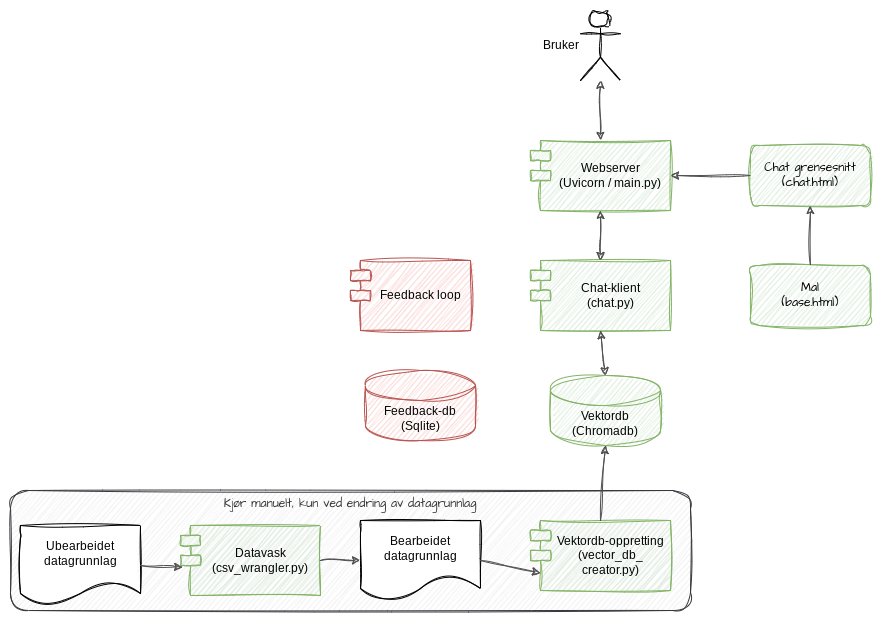
Earlier version of the draw.io export diagrams/architecture.png (xivind/sandbox). Source tidied: cells renumbered, new cells last; positions are measured from the earlier drawing's top-left corner, leaving out a move shared by most shapes.
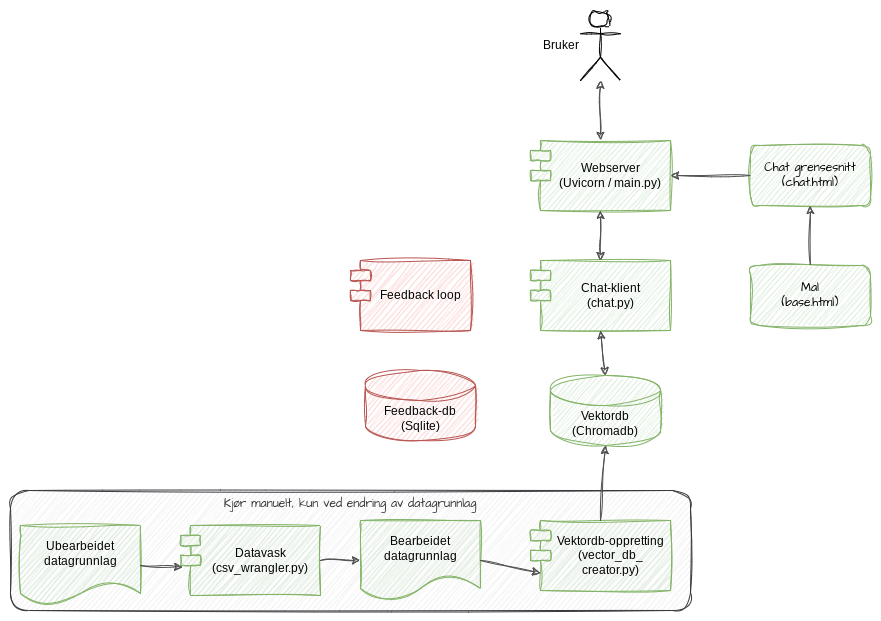
The same file after the commit.

Change to the diagram source:
```diff
@@ -17,7 +17,7 @@
     <mxCell id="6" value="Vektordb&lt;div&gt;(Chromadb)&lt;/div&gt;" style="shape=cylinder3;whiteSpace=wrap;html=1;boundedLbl=1;backgroundOutline=1;size=15;fillColor=#d5e8d4;strokeColor=#82b366;shadow=0;sketch=1;curveFitting=1;jiggle=2;rounded=1;" parent="1" vertex="1">
       <mxGeometry x="540" y="365" width="110" height="70" as="geometry" />
     </mxCell>
-    <mxCell id="7" value="Ubearbeidet datagrunnlag" style="shape=document;whiteSpace=wrap;html=1;boundedLbl=1;shadow=0;sketch=1;curveFitting=1;jiggle=2;rounded=1;" parent="1" vertex="1">
+    <mxCell id="7" value="Ubearbeidet datagrunnlag" style="shape=document;whiteSpace=wrap;html=1;boundedLbl=1;shadow=0;sketch=1;curveFitting=1;jiggle=2;rounded=1;fillColor=#d5e8d4;strokeColor=#82b366;" parent="1" vertex="1">
       <mxGeometry x="10" y="515" width="120" height="80" as="geometry" />
     </mxCell>
     <mxCell id="8" value="&lt;div&gt;Datavask&lt;/div&gt;(csv_wrangler.py)" style="shape=module;align=left;spacingLeft=20;align=center;verticalAlign=middle;whiteSpace=wrap;html=1;fillColor=#d5e8d4;strokeColor=#82b366;shadow=0;sketch=1;curveFitting=1;jiggle=2;rounded=1;" parent="1" vertex="1">
@@ -29,7 +29,7 @@
     <mxCell id="10" style="endArrow=classic;html=1;rounded=1;exitX=1;exitY=0.5;exitDx=0;exitDy=0;entryX=0.015;entryY=0.595;entryDx=0;entryDy=0;strokeColor=#4F4F4F;shadow=0;sketch=1;curveFitting=1;jiggle=2;entryPerimeter=0;" parent="1" edge="1" source="7" target="8">
       <mxGeometry relative="1" as="geometry" />
     </mxCell>
-    <mxCell id="11" value="Bearbeidet datagrunnlag" style="shape=document;whiteSpace=wrap;html=1;boundedLbl=1;shadow=0;sketch=1;curveFitting=1;jiggle=2;rounded=1;" parent="1" vertex="1">
+    <mxCell id="11" value="Bearbeidet datagrunnlag" style="shape=document;whiteSpace=wrap;html=1;boundedLbl=1;shadow=0;sketch=1;curveFitting=1;jiggle=2;rounded=1;fillColor=#d5e8d4;strokeColor=#82b366;" parent="1" vertex="1">
       <mxGeometry x="350" y="510" width="120" height="80" as="geometry" />
     </mxCell>
     <mxCell id="12" style="endArrow=classic;html=1;rounded=1;exitX=1;exitY=0.5;exitDx=0;exitDy=0;entryX=0;entryY=0.5;entryDx=0;entryDy=0;strokeColor=#4F4F4F;shadow=0;sketch=1;curveFitting=1;jiggle=2;edgeStyle=orthogonalEdgeStyle;" parent="1" edge="1" source="8" target="11">
```
